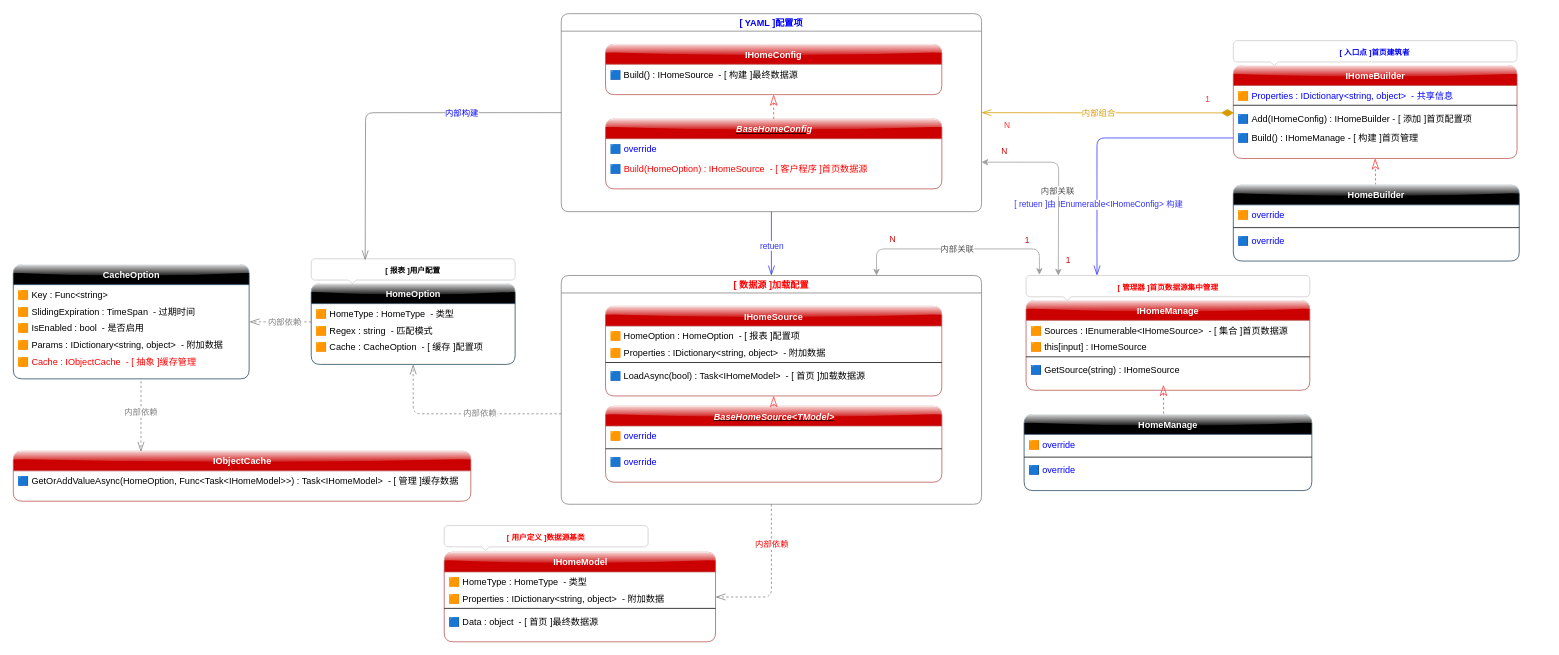
The draw.io diagram PM2.HomeAbstract/PM2.HomeAbstract.drawio in pl06972515/PM2.Home, before the edit. Source tidied: cells renumbered, new cells numbered last; positions are measured from the earlier drawing's top-left corner, leaving out a move shared by most shapes. Both pictures are drawn from the tidied source at 76%, with x=0, y=0 at pixel (13, 13).
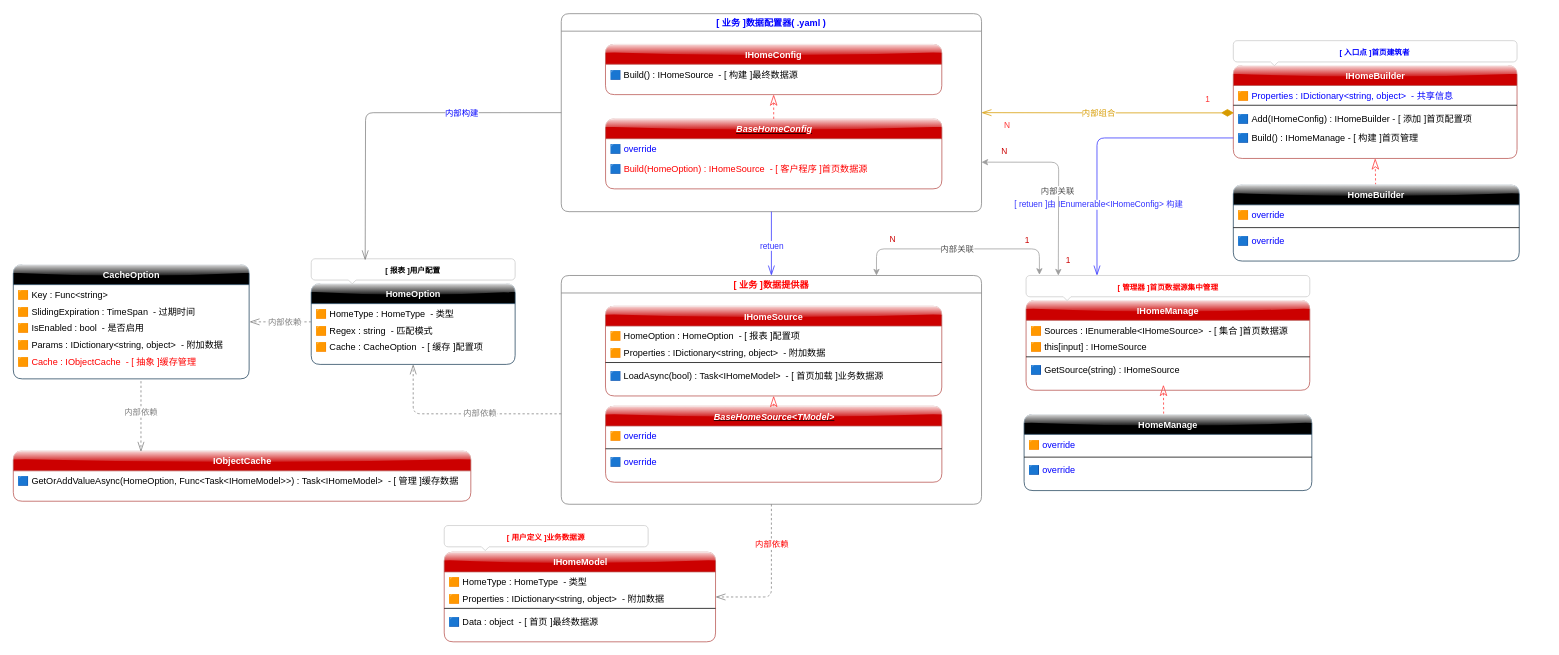
Above is the later version.

Unchanged cells that the change refers to:
```xml
<mxCell id="45" value="&lt;div style=&quot;text-align: left&quot;&gt;&lt;font color=&quot;#ffffff&quot;&gt;IHomeSource&lt;/font&gt;&lt;br&gt;&lt;/div&gt;" style="swimlane;fontStyle=1;align=center;verticalAlign=top;horizontal=1;startSize=26;html=1;strokeColor=#b85450;fillColor=#CC0000;glass=1;rounded=1;" parent="37" vertex="1">
  <mxGeometry x="58.2" y="40.5" width="442.5" height="118" as="geometry" />
</mxCell>
```

What changed in the source:
```diff
@@
-    <mxCell id="16" value="[ YAML ]配置项" style="swimlane;sketch=0;strokeColor=#808080;align=center;rounded=1;fontColor=#0000FF;" parent="1" vertex="1">
+    <mxCell id="16" value="[ 业务 ]数据配置器( .yaml )" style="swimlane;sketch=0;strokeColor=#808080;align=center;rounded=1;fontColor=#0000FF;" parent="1" vertex="1">
       <mxGeometry x="721" y="0.5" width="553" height="260.5" as="geometry" />
     </mxCell>
@@
-    <mxCell id="37" value="[ 数据源 ]加载配置" style="swimlane;sketch=0;strokeColor=#808080;align=center;rounded=1;fontColor=#FF0000;" parent="1" vertex="1">
+    <mxCell id="37" value="[ 业务 ]数据提供器" style="swimlane;sketch=0;strokeColor=#808080;align=center;rounded=1;fontColor=#FF0000;" parent="1" vertex="1">
       <mxGeometry x="721" y="345" width="553" height="301" as="geometry" />
     </mxCell>
@@
-    <mxCell id="49" value="🟦 LoadAsync(bool) : Task&lt;IHomeModel&gt;  - [ 首页 ]加载数据源" style="text;strokeColor=none;fillColor=none;align=left;verticalAlign=top;spacingLeft=4;spacingRight=4;overflow=hidden;rounded=1;" parent="45" vertex="1">
+    <mxCell id="49" value="🟦 LoadAsync(bool) : Task&lt;IHomeModel&gt;  - [ 首页加载 ]业务数据源" style="text;strokeColor=none;fillColor=none;align=left;verticalAlign=top;spacingLeft=4;spacingRight=4;overflow=hidden;rounded=1;" parent="45" vertex="1">
       <mxGeometry y="78" width="442.5" height="26" as="geometry" />
     </mxCell>
@@
-    <mxCell id="87" value="&lt;b&gt;&lt;font color=&quot;#ff0000&quot;&gt;[ 用户定义 ]数据源基类&lt;/font&gt;&lt;/b&gt;" style="html=1;shadow=0;dashed=0;shape=mxgraph.bootstrap.popover;fillColor=#ffffff;strokeColor=#CCCCCC;dx=54;dy=5;rSize=5;whiteSpace=wrap;verticalAlign=top;spacing=10;fontSize=10;spacingLeft=0;align=center;spacingTop=-5;sketch=0;rounded=1;" parent="1" vertex="1">
+    <mxCell id="87" value="&lt;b&gt;&lt;font color=&quot;#ff0000&quot;&gt;[ 用户定义 ]业务数据源&lt;/font&gt;&lt;/b&gt;" style="html=1;shadow=0;dashed=0;shape=mxgraph.bootstrap.popover;fillColor=#ffffff;strokeColor=#CCCCCC;dx=54;dy=5;rSize=5;whiteSpace=wrap;verticalAlign=top;spacing=10;fontSize=10;spacingLeft=0;align=center;spacingTop=-5;sketch=0;rounded=1;" parent="1" vertex="1">
       <mxGeometry x="567" y="674" width="268.3" height="33" as="geometry" />
     </mxCell>
```
